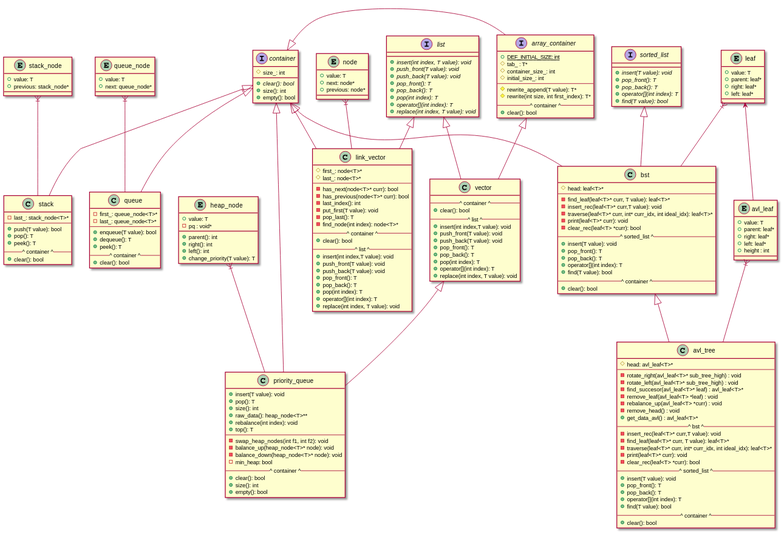
Above: data_structure.svg in lpawlak1/data_structures (PlantUML), before the change. Its diagram source:
```plantuml
@startuml
interface list{
+{abstract}insert(int index, T value): void
+{abstract}push_front(T value): void
+{abstract}push_back(T value): void
+{abstract}pop_front(): T
+{abstract}pop_back(): T
+{abstract}pop(int index): T
+{abstract}operator[](int index): T
+{abstract}replace(int index, T value): void
}

interface container{
#size_: int
+{abstract}clear(): bool
+size(): int
+empty(): bool
}

entity node{
+value: T
+next: node*
+previous: node*
}

interface array_container{
+{static} DEF_INITIAL_SIZE: int
#tab_ : T*
#container_size_: int
#initial_size_: int
--
#rewrite_append(T value): T*
#rewrite(int size, int first_index): T*
--^ container ^--
+clear(): bool
}

class stack{
-last_: stack_node<T>*
--
+push(T value): bool
+pop(): T
+peek(): T
--^ container ^--
+clear(): bool
}

class queue{
-first_: queue_node<T>*
-last_: queue_node<T>*
----
+enqueue(T value): bool
+dequeue(): T
+peek(): T
--^ container ^--
+clear(): bool
}

class link_vector{
#first_: node<T>*
#last_: node<T>*
--
-has_next(node<T>* curr): bool
-has_previous(node<T>* curr): bool
-last_index(): int
-put_first(T value): void
-pop_last(): T
-find_node(int index): node<T>*
--^ container ^--
+clear(): bool
--^ list ^--
+insert(int index,T value): void
+push_front(T value): void
+push_back(T value): void
+pop_front(): T
+pop_back(): T
+pop(int index): T
+operator[](int index): T
+replace(int index, T value): void
}

class vector{
--^ container ^--
+clear(): bool
--^ list ^--
+insert(int index,T value): void
+push_front(T value): void
+push_back(T value): void
+pop_front(): T
+pop_back(): T
+pop(int index): T
+operator[](int index): T
+replace(int index, T value): void
}
class bst{
#head: leaf<T>*
--
-find_leaf(leaf<T>* curr, T value): leaf<T>*
-insert_rec(leaf<T>* curr,T value): void
-traverse(leaf<T>* curr, int* curr_idx, int ideal_idx): leaf<T>*
-print(leaf<T>* curr): void
-clear_rec(leaf<T> *curr): bool
--^ sorted_list ^--
+insert(T value): void
+pop_front(): T
+pop_back(): T
+operator[](int index): T
+find(T value): bool
--^ container ^--
+clear(): bool
}
entity leaf{
+value: T
+parent: leaf*
+right: leaf*
+left: leaf*
}
interface sorted_list{
+{abstract}insert(T value): void
+{abstract}pop_front(): T
+{abstract}pop_back(): T
+{abstract}operator[](int index): T
+{abstract}find(T value): bool
}

entity avl_leaf{
+value: T
+parent: leaf*
+right: leaf*
+left: leaf*
+height : int
}
class avl_tree{
#head: avl_leaf<T>*
--
-rotate_right(avl_leaf<T>* sub_tree_high) : void
-rotate_left(avl_leaf<T>* sub_tree_high) : void
-find_succesor(avl_leaf<T>* leaf) : avl_leaf<T>*
-remove_leaf(avl_leaf<T> *leaf) : void
-rebalance_up(avl_leaf<T> *curr) : void
-remove_head() : void
+get_data_avl() : avl_leaf<T>*
--^ bst ^--
-insert_rec(leaf<T>* curr,T value): void
-find_leaf(leaf<T>* curr, T value): leaf<T>*
-traverse(leaf<T>* curr, int* curr_idx, int ideal_idx): leaf<T>*
-print(leaf<T>* curr): void
-clear_rec(leaf<T> *curr): bool
--^ sorted_list ^--
+insert(T value): void
+pop_front(): T
+pop_back(): T
+operator[](int index): T
+find(T value): bool
--^ container ^--
+clear(): bool
}

entity stack_node{
+value: T
+previous: stack_node*
}
entity queue_node{
+value: T
+next: queue_node*
}

entity heap_node
{
+value: T
+parent(): int
+right(): int
+left(): int
+change_priority(T value): T
-pq : void*
}

class priority_queue{
+insert(T value): void
+pop(): T
+size(): int
+raw_data(): heap_node<T>**
+rebalance(int index): void
+top(): T
--
-swap_heap_nodes(int f1, int f2): void
-balance_up(heap_node<T>* node): void
-balance_down(heap_node<T>* node): void
-min_heap: bool
--^ container ^--
+clear(): bool
+size(): int
+empty(): bool
}

heap_node }|-- priority_queue
vector <|-- priority_queue
container <|-- priority_queue

list <|-- link_vector
container <|- array_container
container <|-- stack
container <|-- queue
container <|-- link_vector
array_container <|-- vector
list <|-- vector
node }|-- link_vector
queue_node }|-- queue
stack_node }|-- stack

leaf }|-- bst
sorted_list <|-- bst
container <|-- bst

bst <|-- avl_tree
avl_leaf}|-- avl_tree

leaf <-- avl_leaf
@enduml
```
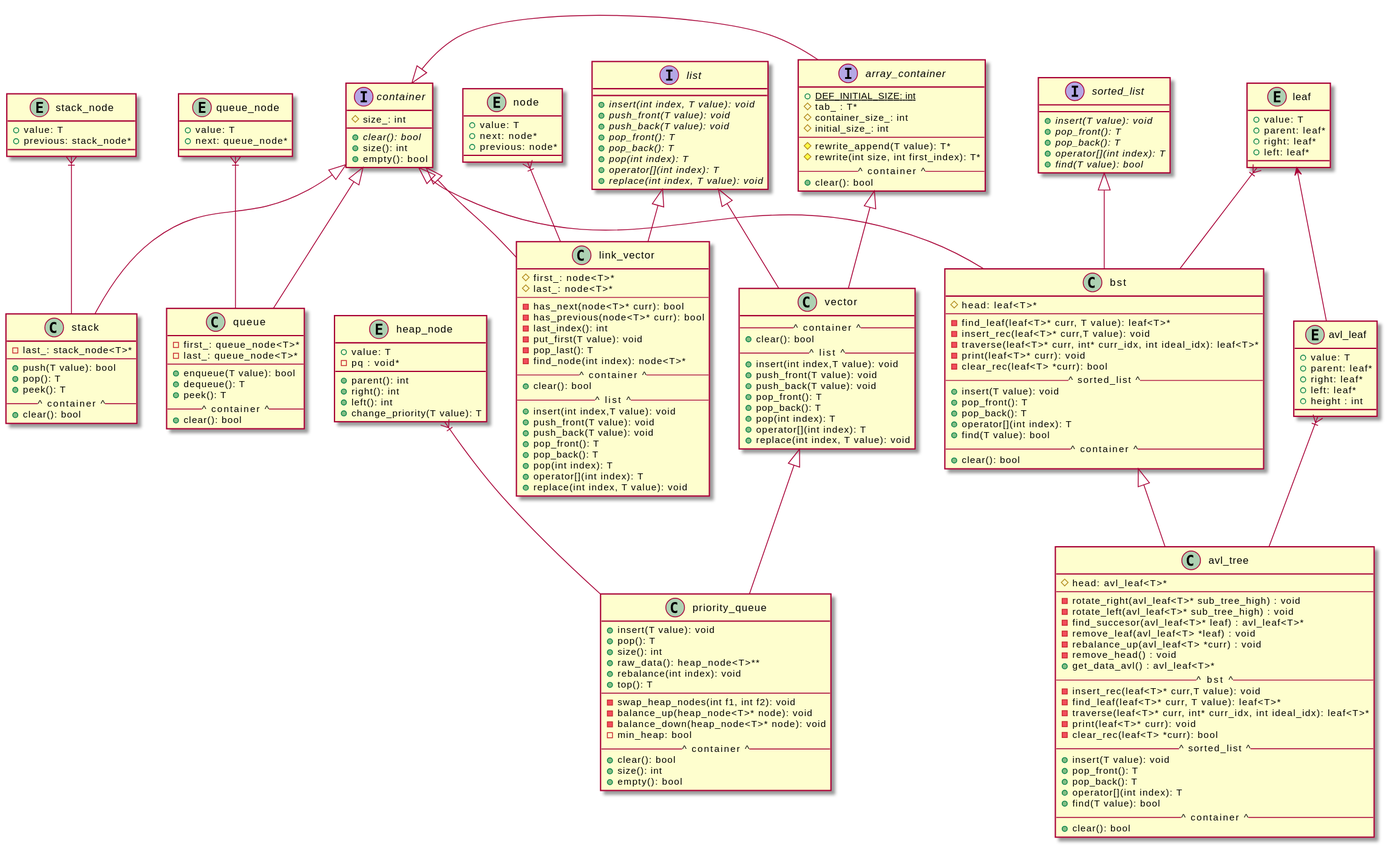
The same diagram one commit later.

Commit message:
Added conan to project, resolved errors in priority_queue

Change to the diagram source:
```diff
@@ -195,7 +195,6 @@
 
 heap_node }|-- priority_queue
 vector <|-- priority_queue
-container <|-- priority_queue
 
 list <|-- link_vector
 container <|- array_container
```
